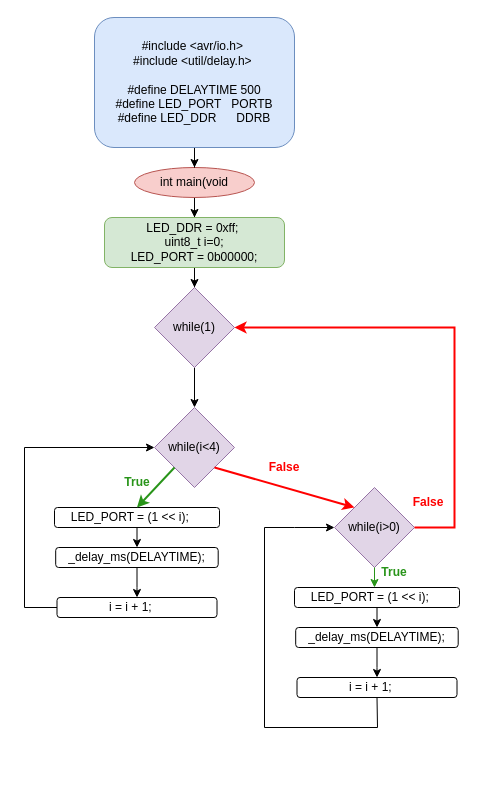
Above: Untitled Diagram.drawio in rulgamer03/Mapas (draw.io), before the change. Source tidied: cells renumbered, new cells numbered last; positions are measured from the earlier drawing's top-left corner, leaving out a move shared by most shapes. Both pictures are drawn from the tidied source at 100%, with x=0, y=0 at pixel (24, 17).
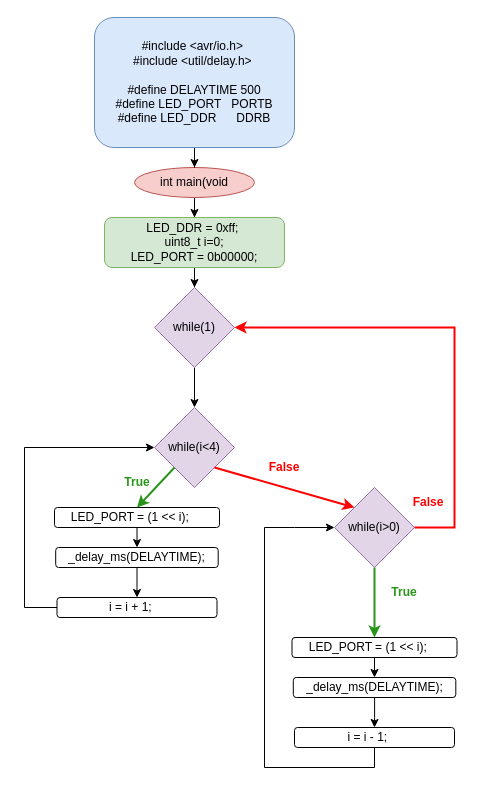
Above is the later version.

Unchanged cells that the change refers to:
```xml
<mxCell id="19" value="while(i&amp;gt;0)" style="rhombus;whiteSpace=wrap;html=1;fillColor=#e1d5e7;strokeColor=#9673a6;" parent="1" vertex="1">
  <mxGeometry x="310" y="470" width="80" height="80" as="geometry" />
</mxCell>
```

Change to the diagram source:
```diff
@@
-    <mxCell id="22" style="endArrow=classic;html=1;rounded=0;fontColor=#000000;strokeColor=#289419;" parent="1" edge="1">
-      <mxGeometry relative="1" as="geometry">
-        <mxPoint x="350" y="550" as="sourcePoint" />
-        <mxPoint x="350" y="570" as="targetPoint" />
-      </mxGeometry>
+    <mxCell id="22" style="endArrow=classic;html=1;rounded=0;fontColor=#000000;strokeColor=#289419;exitX=0.5;exitY=1;exitDx=0;exitDy=0;strokeWidth=2;entryX=0.5;entryY=0;entryDx=0;entryDy=0;" parent="1" edge="1" source="19" target="25">
+      <mxGeometry relative="1" as="geometry" />
     </mxCell>
     <mxCell id="23" value="True" style="text;html=1;strokeColor=none;fillColor=none;align=center;verticalAlign=middle;whiteSpace=wrap;rounded=0;fontStyle=1;fontColor=#289419;" parent="1" vertex="1">
-      <mxGeometry x="340" y="540" width="60" height="30" as="geometry" />
+      <mxGeometry x="350" y="560" width="60" height="30" as="geometry" />
     </mxCell>
@@
     <mxCell id="25" value="&lt;div&gt;&lt;font color=&quot;#000000&quot;&gt;LED_PORT = (1 &amp;lt;&amp;lt; i);&lt;/font&gt;&lt;span style=&quot;background-color: initial; color: rgb(0, 0, 0);&quot;&gt;&amp;nbsp; &amp;nbsp;&amp;nbsp;&lt;/span&gt;&lt;/div&gt;" style="rounded=1;whiteSpace=wrap;html=1;fontColor=#289419;" parent="1" vertex="1">
-      <mxGeometry x="270" y="570" width="165" height="20" as="geometry" />
+      <mxGeometry x="267.5" y="620" width="165" height="20" as="geometry" />
     </mxCell>
@@
     <mxCell id="27" value="&lt;div style=&quot;border-color: var(--border-color); color: rgb(40, 148, 25);&quot;&gt;&lt;font style=&quot;border-color: var(--border-color);&quot; color=&quot;#000000&quot;&gt;_delay_ms(DELAYTIME);&lt;/font&gt;&lt;/div&gt;" style="rounded=1;whiteSpace=wrap;html=1;fontColor=#000000;" parent="1" vertex="1">
-      <mxGeometry x="271.2" y="610" width="162.5" height="20" as="geometry" />
+      <mxGeometry x="268.8" y="660" width="162.5" height="20" as="geometry" />
     </mxCell>
-    <mxCell id="28" value="&lt;div&gt;&lt;span style=&quot;background-color: initial; color: rgb(0, 0, 0);&quot;&gt;i = i + 1;&amp;nbsp; &amp;nbsp;&amp;nbsp;&lt;/span&gt;&lt;br&gt;&lt;/div&gt;" style="rounded=1;whiteSpace=wrap;html=1;fontColor=#289419;" parent="1" vertex="1">
-      <mxGeometry x="272.5" y="660" width="160" height="20" as="geometry" />
+    <mxCell id="28" value="&lt;div&gt;&lt;span style=&quot;background-color: initial; color: rgb(0, 0, 0);&quot;&gt;i = i - 1;&amp;nbsp; &amp;nbsp;&amp;nbsp;&lt;/span&gt;&lt;br&gt;&lt;/div&gt;" style="rounded=1;whiteSpace=wrap;html=1;fontColor=#289419;" parent="1" vertex="1">
+      <mxGeometry x="270" y="710" width="160" height="20" as="geometry" />
     </mxCell>
     <mxCell id="29" style="endArrow=none;html=1;rounded=0;strokeColor=#000000;strokeWidth=1;fontColor=#000000;entryX=0.5;entryY=1;entryDx=0;entryDy=0;" parent="1" edge="1" target="28">
       <mxGeometry relative="1" as="geometry">
         <mxPoint x="240" y="510" as="sourcePoint" />
         <Array as="points">
-          <mxPoint x="240" y="710" />
-          <mxPoint x="353" y="710" />
+          <mxPoint x="240" y="750" />
+          <mxPoint x="350" y="750" />
         </Array>
       </mxGeometry>
     </mxCell>
```
